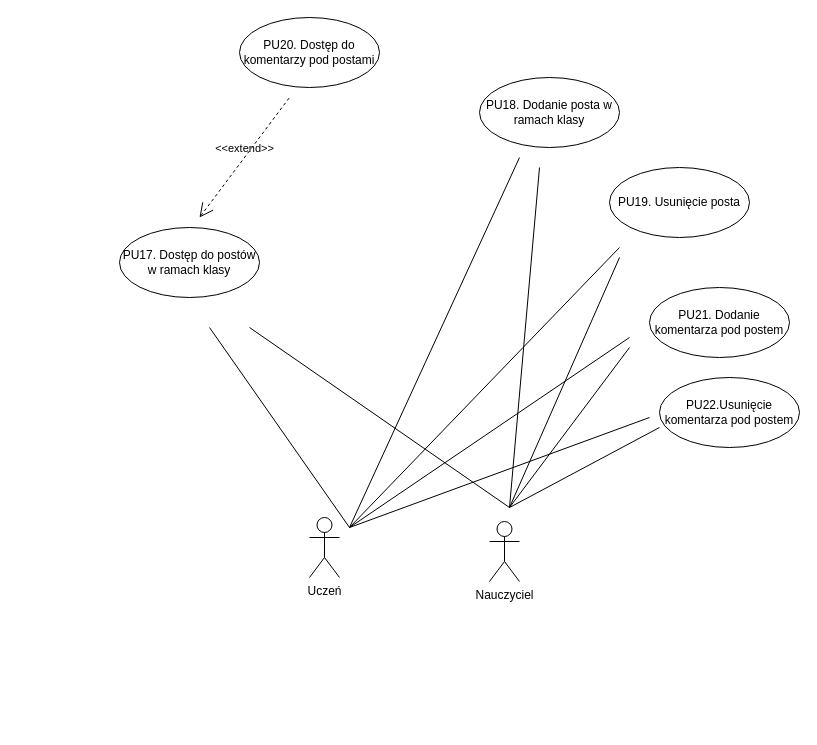
Before: use_cases/4th_section.drawio in krzysztofkluczynski/WUT-thesis-classlog-app, a draw.io diagram. Source tidied: cells renumbered, new cells numbered last; positions are measured from the earlier drawing's top-left corner, leaving out a move shared by most shapes. Both pictures are drawn from the tidied source at 100%, with x=0, y=0 at pixel (119, 17).
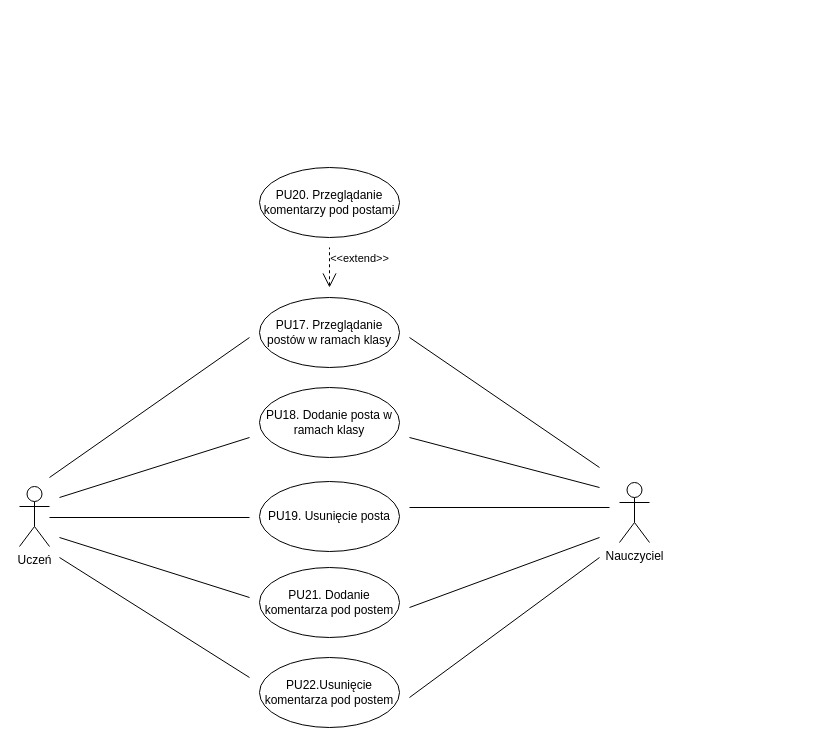
The same diagram, later.

What changed in the source:
```diff
@@
     <mxCell id="2" value="Nauczyciel" style="shape=umlActor;html=1;verticalLabelPosition=bottom;verticalAlign=top;align=center;" parent="1" vertex="1">
-      <mxGeometry x="370" y="504" width="30" height="60" as="geometry" />
+      <mxGeometry x="500" y="465" width="30" height="60" as="geometry" />
     </mxCell>
-    <mxCell id="3" value="PU17. Dostęp do postów w ramach klasy" style="ellipse;whiteSpace=wrap;html=1;" parent="1" vertex="1">
-      <mxGeometry y="210" width="140" height="70" as="geometry" />
+    <mxCell id="3" value="PU17. Przeglądanie postów w ramach klasy" style="ellipse;whiteSpace=wrap;html=1;" parent="1" vertex="1">
+      <mxGeometry x="140" y="280" width="140" height="70" as="geometry" />
     </mxCell>
     <mxCell id="4" value="PU18. Dodanie pos&lt;span style=&quot;background-color: initial;&quot;&gt;ta w ramach klasy&lt;/span&gt;" style="ellipse;whiteSpace=wrap;html=1;" parent="1" vertex="1">
-      <mxGeometry x="360" y="60" width="140" height="70" as="geometry" />
+      <mxGeometry x="140" y="370" width="140" height="70" as="geometry" />
     </mxCell>
     <mxCell id="5" value="Uczeń" style="shape=umlActor;html=1;verticalLabelPosition=bottom;verticalAlign=top;align=center;" parent="1" vertex="1">
-      <mxGeometry x="190" y="500" width="30" height="60" as="geometry" />
+      <mxGeometry x="-100" y="469" width="30" height="60" as="geometry" />
     </mxCell>
     <mxCell id="6" value="PU19&lt;span style=&quot;background-color: initial;&quot;&gt;. Usunięcie posta&lt;/span&gt;" style="ellipse;whiteSpace=wrap;html=1;" parent="1" vertex="1">
-      <mxGeometry x="490" y="150" width="140" height="70" as="geometry" />
+      <mxGeometry x="140" y="464" width="140" height="70" as="geometry" />
     </mxCell>
     <mxCell id="7" value="&amp;lt;&amp;lt;extend&amp;gt;&amp;gt;" style="edgeStyle=none;html=1;startArrow=open;endArrow=none;startSize=12;verticalAlign=bottom;dashed=1;labelBackgroundColor=none;rounded=0;" parent="1" edge="1">
-      <mxGeometry relative="1" as="geometry">
-        <mxPoint x="80" y="200" as="sourcePoint" />
-        <mxPoint x="170" y="80" as="targetPoint" />
+      <mxGeometry y="-30" relative="1" as="geometry">
+        <mxPoint x="210" y="270" as="sourcePoint" />
+        <mxPoint x="210" y="230" as="targetPoint" />
       </mxGeometry>
     </mxCell>
-    <mxCell id="8" value="PU20. Dostęp do komentarzy pod postami" style="ellipse;whiteSpace=wrap;html=1;" parent="1" vertex="1">
-      <mxGeometry x="120" width="140" height="70" as="geometry" />
+    <mxCell id="8" value="PU20. Przeglądanie komentarzy pod postami" style="ellipse;whiteSpace=wrap;html=1;" parent="1" vertex="1">
+      <mxGeometry x="140" y="150" width="140" height="70" as="geometry" />
     </mxCell>
     <mxCell id="9" value="PU21&lt;span style=&quot;background-color: initial;&quot;&gt;. Dodanie komentarza pod postem&lt;/span&gt;" style="ellipse;whiteSpace=wrap;html=1;" parent="1" vertex="1">
-      <mxGeometry x="530" y="270" width="140" height="70" as="geometry" />
+      <mxGeometry x="140" y="550" width="140" height="70" as="geometry" />
     </mxCell>
     <mxCell id="10" style="edgeStyle=none;html=1;endArrow=none;verticalAlign=bottom;rounded=0;" parent="1" edge="1">
       <mxGeometry relative="1" as="geometry">
-        <mxPoint x="390" y="490" as="sourcePoint" />
-        <mxPoint x="510" y="330" as="targetPoint" />
+        <mxPoint x="290" y="490" as="sourcePoint" />
+        <mxPoint x="490" y="490" as="targetPoint" />
       </mxGeometry>
     </mxCell>
     <mxCell id="11" style="edgeStyle=none;html=1;endArrow=none;verticalAlign=bottom;rounded=0;" parent="1" edge="1">
       <mxGeometry relative="1" as="geometry">
-        <mxPoint x="230" y="510" as="sourcePoint" />
-        <mxPoint x="510" y="320" as="targetPoint" />
+        <mxPoint x="480" y="540" as="sourcePoint" />
+        <mxPoint x="290" y="680" as="targetPoint" />
       </mxGeometry>
     </mxCell>
     <mxCell id="12" style="edgeStyle=none;html=1;endArrow=none;verticalAlign=bottom;rounded=0;" parent="1" edge="1">
       <mxGeometry relative="1" as="geometry">
-        <mxPoint x="230" y="510" as="sourcePoint" />
-        <mxPoint x="500" y="230" as="targetPoint" />
+        <mxPoint x="-60" y="540" as="sourcePoint" />
+        <mxPoint x="130" y="660" as="targetPoint" />
       </mxGeometry>
     </mxCell>
     <mxCell id="13" style="edgeStyle=none;html=1;endArrow=none;verticalAlign=bottom;rounded=0;" parent="1" edge="1">
       <mxGeometry relative="1" as="geometry">
-        <mxPoint x="390" y="490" as="sourcePoint" />
-        <mxPoint x="500" y="240" as="targetPoint" />
+        <mxPoint x="480" y="470" as="sourcePoint" />
+        <mxPoint x="290" y="420" as="targetPoint" />
       </mxGeometry>
     </mxCell>
     <mxCell id="14" style="edgeStyle=none;html=1;endArrow=none;verticalAlign=bottom;rounded=0;" parent="1" edge="1">
       <mxGeometry relative="1" as="geometry">
-        <mxPoint x="230" y="510" as="sourcePoint" />
-        <mxPoint x="400" y="140" as="targetPoint" />
+        <mxPoint x="130" y="580" as="sourcePoint" />
+        <mxPoint x="-60" y="520" as="targetPoint" />
       </mxGeometry>
     </mxCell>
     <mxCell id="15" style="edgeStyle=none;html=1;endArrow=none;verticalAlign=bottom;rounded=0;" parent="1" edge="1">
       <mxGeometry relative="1" as="geometry">
-        <mxPoint x="390" y="490" as="sourcePoint" />
-        <mxPoint x="420" y="150" as="targetPoint" />
+        <mxPoint x="480" y="450" as="sourcePoint" />
+        <mxPoint x="290" y="320" as="targetPoint" />
       </mxGeometry>
     </mxCell>
     <mxCell id="16" style="edgeStyle=none;html=1;endArrow=none;verticalAlign=bottom;rounded=0;" parent="1" edge="1">
       <mxGeometry relative="1" as="geometry">
-        <mxPoint x="230" y="510" as="sourcePoint" />
-        <mxPoint x="90" y="310" as="targetPoint" />
+        <mxPoint x="130" y="320" as="sourcePoint" />
+        <mxPoint x="-70" y="460" as="targetPoint" />
       </mxGeometry>
     </mxCell>
     <mxCell id="17" style="edgeStyle=none;html=1;endArrow=none;verticalAlign=bottom;rounded=0;" parent="1" edge="1">
       <mxGeometry relative="1" as="geometry">
-        <mxPoint x="390" y="490" as="sourcePoint" />
-        <mxPoint x="130" y="310" as="targetPoint" />
+        <mxPoint x="130" y="420" as="sourcePoint" />
+        <mxPoint x="-60" y="480" as="targetPoint" />
       </mxGeometry>
     </mxCell>
     <mxCell id="18" value="PU22.Usunięcie komentarza pod postem" style="ellipse;whiteSpace=wrap;html=1;" parent="1" vertex="1">
-      <mxGeometry x="540" y="360" width="140" height="70" as="geometry" />
+      <mxGeometry x="140" y="640" width="140" height="70" as="geometry" />
     </mxCell>
     <mxCell id="19" style="edgeStyle=none;html=1;endArrow=none;verticalAlign=bottom;rounded=0;" parent="1" edge="1">
       <mxGeometry relative="1" as="geometry">
-        <mxPoint x="390" y="490" as="sourcePoint" />
-        <mxPoint x="540" y="410" as="targetPoint" />
+        <mxPoint x="290" y="590" as="sourcePoint" />
+        <mxPoint x="480" y="520" as="targetPoint" />
       </mxGeometry>
     </mxCell>
     <mxCell id="20" style="edgeStyle=none;html=1;endArrow=none;verticalAlign=bottom;rounded=0;" parent="1" edge="1">
       <mxGeometry relative="1" as="geometry">
-        <mxPoint x="230" y="510" as="sourcePoint" />
-        <mxPoint x="530" y="400" as="targetPoint" />
+        <mxPoint x="-70" y="500" as="sourcePoint" />
+        <mxPoint x="130" y="500" as="targetPoint" />
       </mxGeometry>
     </mxCell>
```
